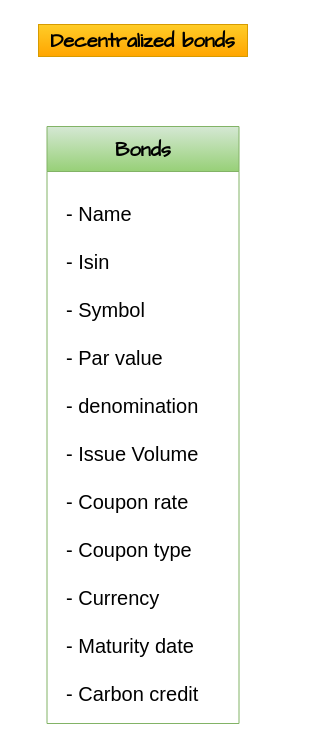
The draw.io diagram bonds.drawio in Edoumou/drawings, before the edit. Source tidied: cells renumbered, new cells numbered last; positions are measured from the earlier drawing's top-left corner, leaving out a move shared by most shapes. Both pictures are drawn from the tidied source at 100%, with x=0, y=0 at pixel (38, 24).
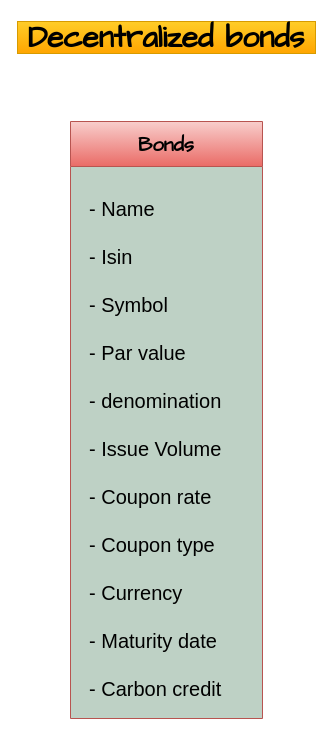
Above is the later version.

Change to the diagram source:
```diff
@@
 <mxGraphModel>
   <root>
     <mxCell id="0" />
     <mxCell id="1" parent="0" />
-    <mxCell id="2" value="Decentralized bonds" style="text;html=1;strokeColor=#d79b00;fillColor=#ffcd28;align=center;verticalAlign=middle;whiteSpace=wrap;rounded=0;fontStyle=1;gradientColor=#ffa500;fontFamily=Comic Sans MS;fontSize=20;" parent="1" vertex="1">
-      <mxGeometry width="209" height="32" as="geometry" />
+    <mxCell id="2" value="Decentralized bonds" style="text;html=1;strokeColor=#d79b00;fillColor=#ffcd28;align=center;verticalAlign=middle;whiteSpace=wrap;rounded=0;fontStyle=1;gradientColor=#ffa500;fontFamily=Comic Sans MS;fontSize=30;" parent="1" vertex="1">
+      <mxGeometry x="-21" y="-3" width="298" height="32" as="geometry" />
     </mxCell>
-    <mxCell id="3" value="Bonds" style="swimlane;whiteSpace=wrap;html=1;fontFamily=Comic Sans MS;fontSize=20;startSize=45;fillColor=#d5e8d4;gradientColor=#97d077;strokeColor=#82b366;" parent="1" vertex="1">
-      <mxGeometry x="8.5" y="102" width="192" height="597" as="geometry" />
+    <mxCell id="3" value="Bonds" style="swimlane;whiteSpace=wrap;html=1;fontFamily=Comic Sans MS;fontSize=20;startSize=45;fillColor=#f8cecc;gradientColor=#ea6b66;strokeColor=#b85450;swimlaneFillColor=#BED1C5;" parent="1" vertex="1">
+      <mxGeometry x="32" y="97" width="192" height="597" as="geometry" />
     </mxCell>
     <mxCell id="4" value="- Name&lt;br&gt;&lt;br&gt;- Isin&lt;br&gt;&lt;br&gt;- Symbol&lt;br&gt;&lt;br&gt;- Par value&lt;br&gt;&lt;br&gt;- denomination&lt;br&gt;&lt;br&gt;- Issue Volume&lt;br&gt;&lt;br&gt;- Coupon rate&lt;br&gt;&lt;br&gt;- Coupon type&lt;br&gt;&lt;br&gt;- Currency&lt;br&gt;&lt;br&gt;- Maturity date&lt;br&gt;&lt;br&gt;- Carbon credit" style="text;html=1;align=left;verticalAlign=middle;strokeColor=none;fillColor=none;fontSize=20;fontFamily=Helvetica;" parent="3" vertex="1">
       <mxGeometry x="17" y="69" width="150" height="516" as="geometry" />
     </mxCell>
   </root>
 </mxGraphModel>
```
